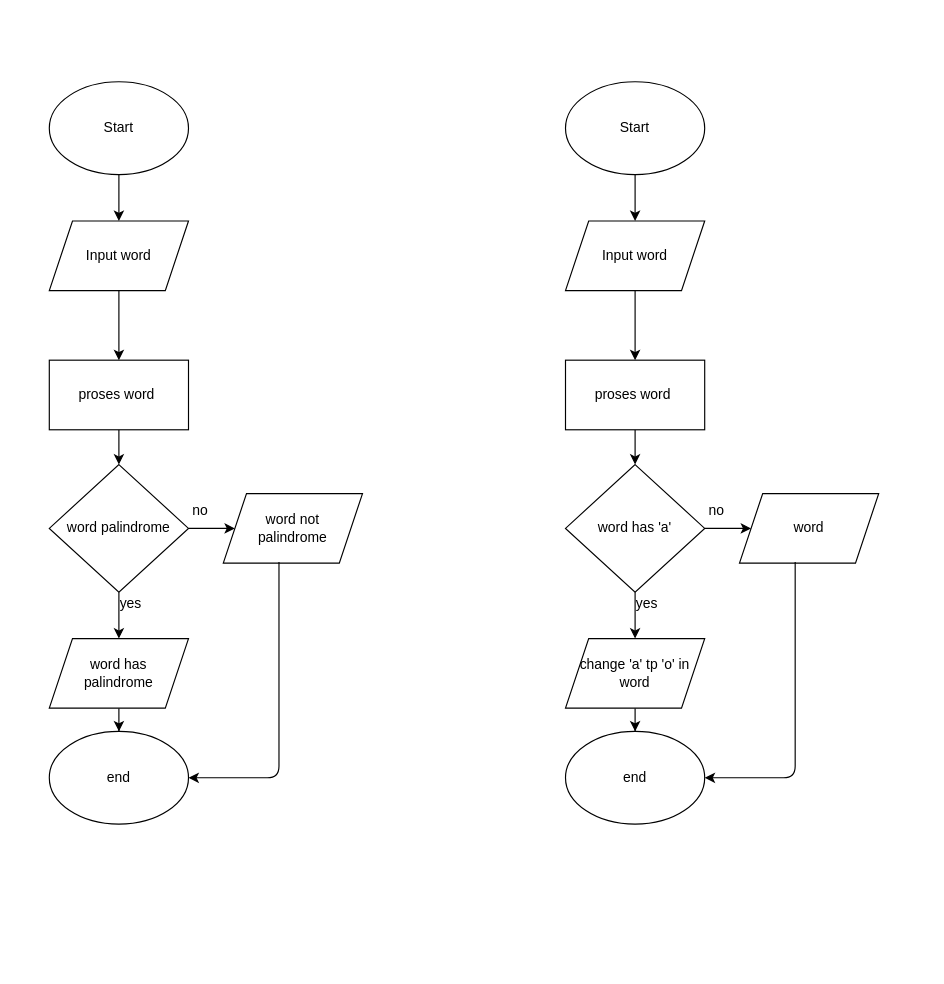
Before: js1No1.drawio in filwathan/fw12-javascript1, a draw.io diagram. Source tidied: cells renumbered, new cells numbered last; positions are measured from the earlier drawing's top-left corner, leaving out a move shared by most shapes. Both pictures are drawn from the tidied source at 116%, with x=0, y=0 at pixel (49, 81).
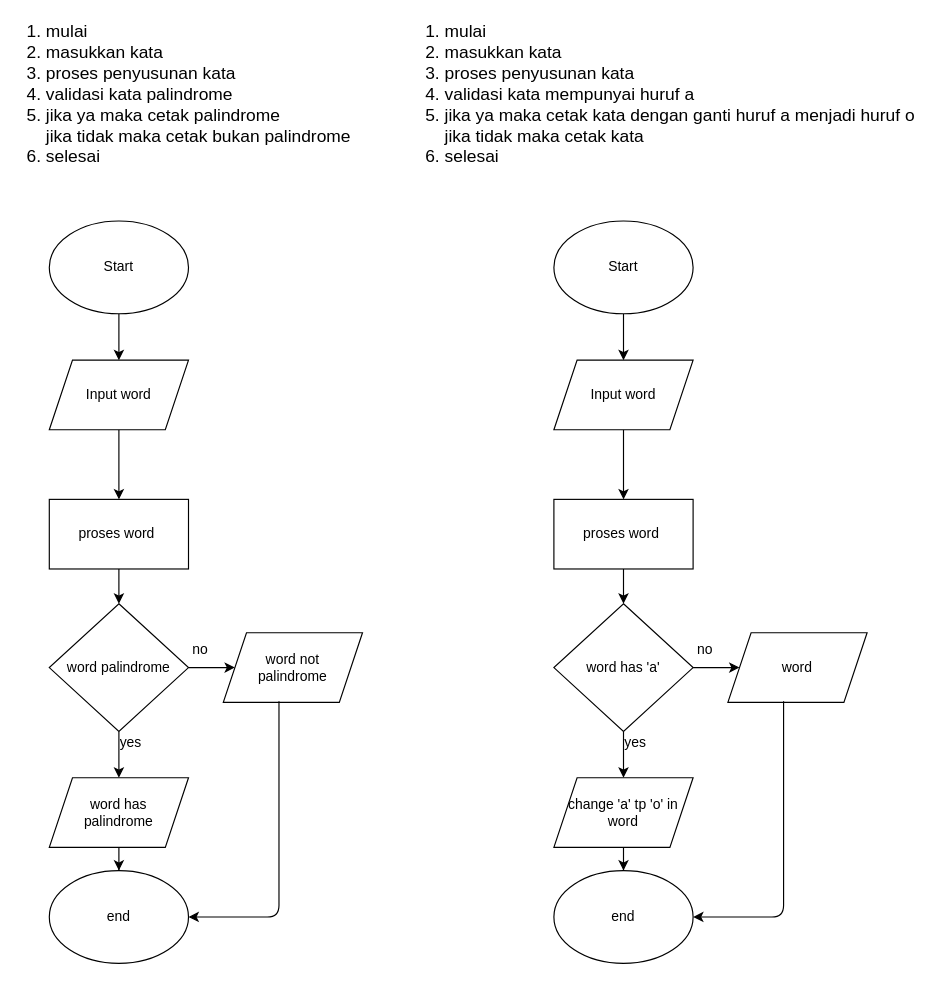
The same page after the edit.

The edit, as a diff of the source:
```diff
@@
     <mxCell id="3" value="Start" style="ellipse;whiteSpace=wrap;html=1;" parent="1" vertex="1">
-      <mxGeometry width="120" height="80" as="geometry" />
+      <mxGeometry y="120" width="120" height="80" as="geometry" />
     </mxCell>
@@
     <mxCell id="5" value="Input word" style="shape=parallelogram;perimeter=parallelogramPerimeter;whiteSpace=wrap;html=1;fixedSize=1;" parent="1" vertex="1">
-      <mxGeometry y="120" width="120" height="60" as="geometry" />
+      <mxGeometry y="240" width="120" height="60" as="geometry" />
     </mxCell>
@@
     <mxCell id="7" value="proses word&amp;nbsp;" style="whiteSpace=wrap;html=1;" parent="1" vertex="1">
-      <mxGeometry y="240" width="120" height="60" as="geometry" />
+      <mxGeometry y="360" width="120" height="60" as="geometry" />
     </mxCell>
@@
     <mxCell id="10" value="word palindrome" style="rhombus;whiteSpace=wrap;html=1;" parent="1" vertex="1">
-      <mxGeometry y="330" width="120" height="110" as="geometry" />
+      <mxGeometry y="450" width="120" height="110" as="geometry" />
     </mxCell>
     <mxCell id="11" value="word not&lt;br&gt;palindrome" style="shape=parallelogram;perimeter=parallelogramPerimeter;whiteSpace=wrap;html=1;fixedSize=1;" parent="1" vertex="1">
-      <mxGeometry x="150" y="355" width="120" height="60" as="geometry" />
+      <mxGeometry x="150" y="475" width="120" height="60" as="geometry" />
     </mxCell>
@@
     <mxCell id="13" value="word has&lt;br&gt;palindrome" style="shape=parallelogram;perimeter=parallelogramPerimeter;whiteSpace=wrap;html=1;fixedSize=1;" parent="1" vertex="1">
-      <mxGeometry y="480" width="120" height="60" as="geometry" />
+      <mxGeometry y="600" width="120" height="60" as="geometry" />
     </mxCell>
     <mxCell id="14" value="no" style="text;html=1;align=center;verticalAlign=middle;" parent="1" vertex="1">
-      <mxGeometry x="115" y="360" width="30" height="20" as="geometry" />
+      <mxGeometry x="115" y="480" width="30" height="20" as="geometry" />
     </mxCell>
     <mxCell id="15" value="yes" style="text;html=1;align=center;verticalAlign=middle;" parent="1" vertex="1">
-      <mxGeometry x="55" y="440" width="30" height="20" as="geometry" />
+      <mxGeometry x="55" y="560" width="30" height="20" as="geometry" />
     </mxCell>
     <mxCell id="16" value="end" style="ellipse;whiteSpace=wrap;html=1;" parent="1" vertex="1">
-      <mxGeometry y="560" width="120" height="80" as="geometry" />
+      <mxGeometry y="680" width="120" height="80" as="geometry" />
     </mxCell>
     <mxCell id="17" style="endArrow=classic;html=1;exitX=0.4;exitY=0.983;exitDx=0;exitDy=0;exitPerimeter=0;entryX=1;entryY=0.5;entryDx=0;entryDy=0;" parent="1" edge="1" source="11" target="16">
       <mxGeometry relative="1" as="geometry">
         <Array as="points">
-          <mxPoint x="198" y="600" />
+          <mxPoint x="198" y="720" />
         </Array>
       </mxGeometry>
     </mxCell>
@@
     <mxCell id="19" value="Start" style="ellipse;whiteSpace=wrap;html=1;" parent="1" vertex="1">
-      <mxGeometry x="445" width="120" height="80" as="geometry" />
+      <mxGeometry x="435" y="120" width="120" height="80" as="geometry" />
     </mxCell>
@@
     <mxCell id="21" value="Input word" style="shape=parallelogram;perimeter=parallelogramPerimeter;whiteSpace=wrap;html=1;fixedSize=1;" parent="1" vertex="1">
-      <mxGeometry x="445" y="120" width="120" height="60" as="geometry" />
+      <mxGeometry x="435" y="240" width="120" height="60" as="geometry" />
     </mxCell>
@@
     <mxCell id="23" value="proses word&amp;nbsp;" style="whiteSpace=wrap;html=1;" parent="1" vertex="1">
-      <mxGeometry x="445" y="240" width="120" height="60" as="geometry" />
+      <mxGeometry x="435" y="360" width="120" height="60" as="geometry" />
     </mxCell>
@@
     <mxCell id="26" value="word has 'a'" style="rhombus;whiteSpace=wrap;html=1;" parent="1" vertex="1">
-      <mxGeometry x="445" y="330" width="120" height="110" as="geometry" />
+      <mxGeometry x="435" y="450" width="120" height="110" as="geometry" />
     </mxCell>
     <mxCell id="27" value="word" style="shape=parallelogram;perimeter=parallelogramPerimeter;whiteSpace=wrap;html=1;fixedSize=1;" parent="1" vertex="1">
-      <mxGeometry x="595" y="355" width="120" height="60" as="geometry" />
+      <mxGeometry x="585" y="475" width="120" height="60" as="geometry" />
     </mxCell>
@@
     <mxCell id="29" value="change 'a' tp 'o' in word" style="shape=parallelogram;perimeter=parallelogramPerimeter;whiteSpace=wrap;html=1;fixedSize=1;" parent="1" vertex="1">
-      <mxGeometry x="445" y="480" width="120" height="60" as="geometry" />
+      <mxGeometry x="435" y="600" width="120" height="60" as="geometry" />
     </mxCell>
     <mxCell id="30" value="no" style="text;html=1;align=center;verticalAlign=middle;" parent="1" vertex="1">
-      <mxGeometry x="560" y="360" width="30" height="20" as="geometry" />
+      <mxGeometry x="550" y="480" width="30" height="20" as="geometry" />
     </mxCell>
     <mxCell id="31" value="yes" style="text;html=1;align=center;verticalAlign=middle;" parent="1" vertex="1">
-      <mxGeometry x="500" y="440" width="30" height="20" as="geometry" />
+      <mxGeometry x="490" y="560" width="30" height="20" as="geometry" />
     </mxCell>
     <mxCell id="32" value="end" style="ellipse;whiteSpace=wrap;html=1;" parent="1" vertex="1">
-      <mxGeometry x="445" y="560" width="120" height="80" as="geometry" />
+      <mxGeometry x="435" y="680" width="120" height="80" as="geometry" />
     </mxCell>
     <mxCell id="33" style="endArrow=classic;html=1;exitX=0.4;exitY=0.983;exitDx=0;exitDy=0;exitPerimeter=0;entryX=1;entryY=0.5;entryDx=0;entryDy=0;" parent="1" edge="1" source="27" target="32">
       <mxGeometry relative="1" as="geometry">
         <Array as="points">
-          <mxPoint x="643" y="600" />
+          <mxPoint x="633" y="720" />
         </Array>
       </mxGeometry>
     </mxCell>
+    <mxCell id="34" value="&lt;div style=&quot;text-align: left ; font-size: 15px&quot;&gt;&lt;font style=&quot;font-size: 15px&quot;&gt;1. mulai&lt;/font&gt;&lt;/div&gt;&lt;div style=&quot;text-align: left ; font-size: 15px&quot;&gt;&lt;span&gt;&lt;font style=&quot;font-size: 15px&quot;&gt;2. masukkan kata&lt;/font&gt;&lt;/span&gt;&lt;/div&gt;&lt;div style=&quot;text-align: left ; font-size: 15px&quot;&gt;&lt;span&gt;&lt;font style=&quot;font-size: 15px&quot;&gt;3. proses penyusunan kata&lt;/font&gt;&lt;/span&gt;&lt;/div&gt;&lt;div style=&quot;text-align: left ; font-size: 15px&quot;&gt;&lt;span&gt;&lt;font style=&quot;font-size: 15px&quot;&gt;4. validasi kata palindrome&lt;/font&gt;&lt;/span&gt;&lt;/div&gt;&lt;div style=&quot;text-align: left ; font-size: 15px&quot;&gt;&lt;span&gt;&lt;font style=&quot;font-size: 15px&quot;&gt;5. jika ya maka cetak palindrome&lt;/font&gt;&lt;/span&gt;&lt;/div&gt;&lt;div style=&quot;text-align: left ; font-size: 15px&quot;&gt;&lt;span&gt;&lt;font style=&quot;font-size: 15px&quot;&gt;&amp;nbsp; &amp;nbsp; jika tidak maka cetak bukan palindrome&lt;/font&gt;&lt;/span&gt;&lt;/div&gt;&lt;div style=&quot;text-align: left ; font-size: 15px&quot;&gt;&lt;font style=&quot;font-size: 15px&quot;&gt;6. selesai&lt;/font&gt;&lt;/div&gt;" style="text;html=1;align=center;verticalAlign=middle;" parent="1" vertex="1">
+      <mxGeometry x="-25" y="-40" width="290" height="100" as="geometry" />
+    </mxCell>
+    <mxCell id="35" value="&lt;div style=&quot;text-align: left ; font-size: 15px&quot;&gt;&lt;font style=&quot;font-size: 15px&quot;&gt;1. mulai&lt;/font&gt;&lt;/div&gt;&lt;div style=&quot;text-align: left ; font-size: 15px&quot;&gt;&lt;span&gt;&lt;font style=&quot;font-size: 15px&quot;&gt;2. masukkan kata&lt;/font&gt;&lt;/span&gt;&lt;/div&gt;&lt;div style=&quot;text-align: left ; font-size: 15px&quot;&gt;&lt;span&gt;&lt;font style=&quot;font-size: 15px&quot;&gt;3. proses penyusunan kata&lt;/font&gt;&lt;/span&gt;&lt;/div&gt;&lt;div style=&quot;text-align: left ; font-size: 15px&quot;&gt;&lt;span&gt;&lt;font style=&quot;font-size: 15px&quot;&gt;4. validasi kata mempunyai huruf a&lt;/font&gt;&lt;/span&gt;&lt;/div&gt;&lt;div style=&quot;text-align: left ; font-size: 15px&quot;&gt;&lt;span&gt;&lt;font style=&quot;font-size: 15px&quot;&gt;5. jika ya maka cetak kata dengan ganti huruf a menjadi huruf o&lt;/font&gt;&lt;/span&gt;&lt;/div&gt;&lt;div style=&quot;text-align: left ; font-size: 15px&quot;&gt;&lt;span&gt;&lt;font style=&quot;font-size: 15px&quot;&gt;&amp;nbsp; &amp;nbsp; jika tidak maka cetak kata&lt;/font&gt;&lt;/span&gt;&lt;/div&gt;&lt;div style=&quot;text-align: left ; font-size: 15px&quot;&gt;&lt;font style=&quot;font-size: 15px&quot;&gt;6. selesai&lt;/font&gt;&lt;/div&gt;" style="text;html=1;align=center;verticalAlign=middle;" parent="1" vertex="1">
+      <mxGeometry x="315" y="-40" width="440" height="100" as="geometry" />
+    </mxCell>
```
